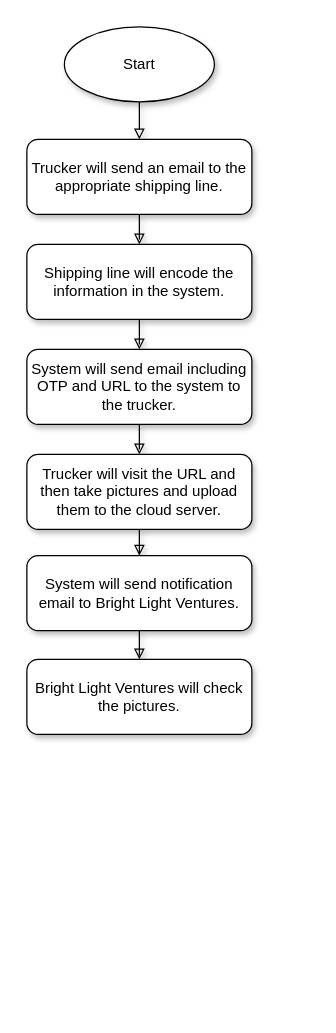
Before: Untitled Diagram.drawio in dev20220810/bright-light-ventures-ph-documentation, a draw.io diagram. Source tidied: cells renumbered, new cells numbered last; positions are measured from the earlier drawing's top-left corner, leaving out a move shared by most shapes. Both pictures are drawn from the tidied source at 125%, with x=0, y=0 at pixel (26, 26).
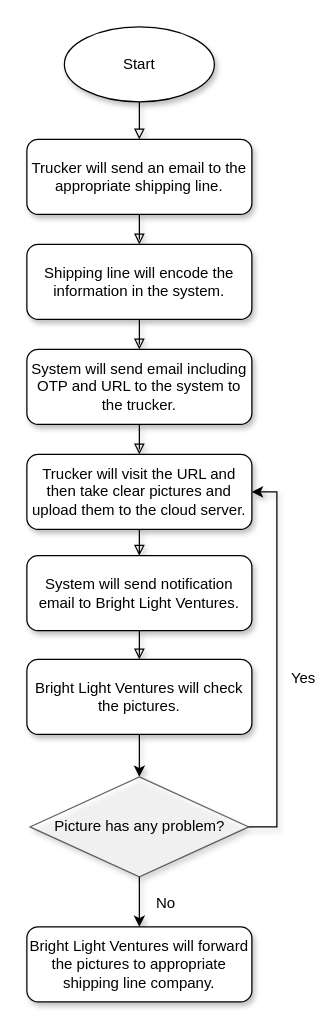
The same diagram, later.

The change refers to these unchanged cells:
```xml
<mxCell id="14" value="Bright Light Ventures will check the pictures." style="whiteSpace=wrap;html=1;shadow=1;rounded=1;" parent="1" vertex="1">
  <mxGeometry y="506" width="180" height="60" as="geometry" />
</mxCell>
```

The edit, as a diff of the source:
```diff
@@
-    <mxCell id="11" value="Trucker will visit the URL and then take pictures and upload them to the cloud server." style="whiteSpace=wrap;html=1;shadow=1;rounded=1;" parent="1" vertex="1">
+    <mxCell id="11" value="Trucker will visit the URL and then take clear pictures and upload them to the cloud server." style="whiteSpace=wrap;html=1;shadow=1;rounded=1;" parent="1" vertex="1">
       <mxGeometry y="342" width="180" height="60" as="geometry" />
     </mxCell>
@@
+    <mxCell id="15" style="edgeStyle=orthogonalEdgeStyle;rounded=0;jettySize=auto;html=1;entryX=0.5;entryY=0;entryDx=0;entryDy=0;shadow=1;fontSize=12;startArrow=none;startFill=0;" parent="1" edge="1" source="14" target="20">
+      <mxGeometry relative="1" as="geometry" />
+    </mxCell>
@@
+    <mxCell id="16" style="edgeStyle=orthogonalEdgeStyle;rounded=0;jettySize=auto;html=1;entryX=0.5;entryY=0;entryDx=0;entryDy=0;shadow=1;fontSize=12;startArrow=none;startFill=0;" parent="1" edge="1" source="20" target="21">
+      <mxGeometry relative="1" as="geometry" />
+    </mxCell>
+    <mxCell id="17" value="No" style="edgeLabel;html=1;align=center;verticalAlign=middle;fontSize=12;" parent="16" vertex="1">
+      <mxGeometry x="-0.84" relative="1" as="geometry">
+        <mxPoint x="20" y="17" as="offset" />
+      </mxGeometry>
+    </mxCell>
+    <mxCell id="18" style="edgeStyle=orthogonalEdgeStyle;rounded=0;jettySize=auto;html=1;entryX=1;entryY=0.5;entryDx=0;entryDy=0;shadow=1;fontSize=12;startArrow=none;startFill=0;" parent="1" edge="1" source="20" target="11">
+      <mxGeometry relative="1" as="geometry">
+        <Array as="points">
+          <mxPoint x="200" y="640" />
+          <mxPoint x="200" y="372" />
+        </Array>
+      </mxGeometry>
+    </mxCell>
+    <mxCell id="19" value="Yes" style="edgeLabel;html=1;align=center;verticalAlign=middle;fontSize=12;" parent="18" vertex="1">
+      <mxGeometry x="-0.1" y="2" relative="1" as="geometry">
+        <mxPoint x="22" y="-2" as="offset" />
+      </mxGeometry>
+    </mxCell>
+    <mxCell id="20" value="Picture has any problem?" style="rhombus;whiteSpace=wrap;html=1;shadow=1;glass=1;fillStyle=auto;fontSize=12;opacity=60;rounded=0;" parent="1" vertex="1">
+      <mxGeometry x="2.5" y="600" width="175" height="80" as="geometry" />
+    </mxCell>
+    <mxCell id="21" value="Bright Light Ventures will forward the pictures to appropriate shipping line company." style="whiteSpace=wrap;html=1;shadow=1;rounded=1;" parent="1" vertex="1">
+      <mxGeometry y="720" width="180" height="60" as="geometry" />
+    </mxCell>
```
